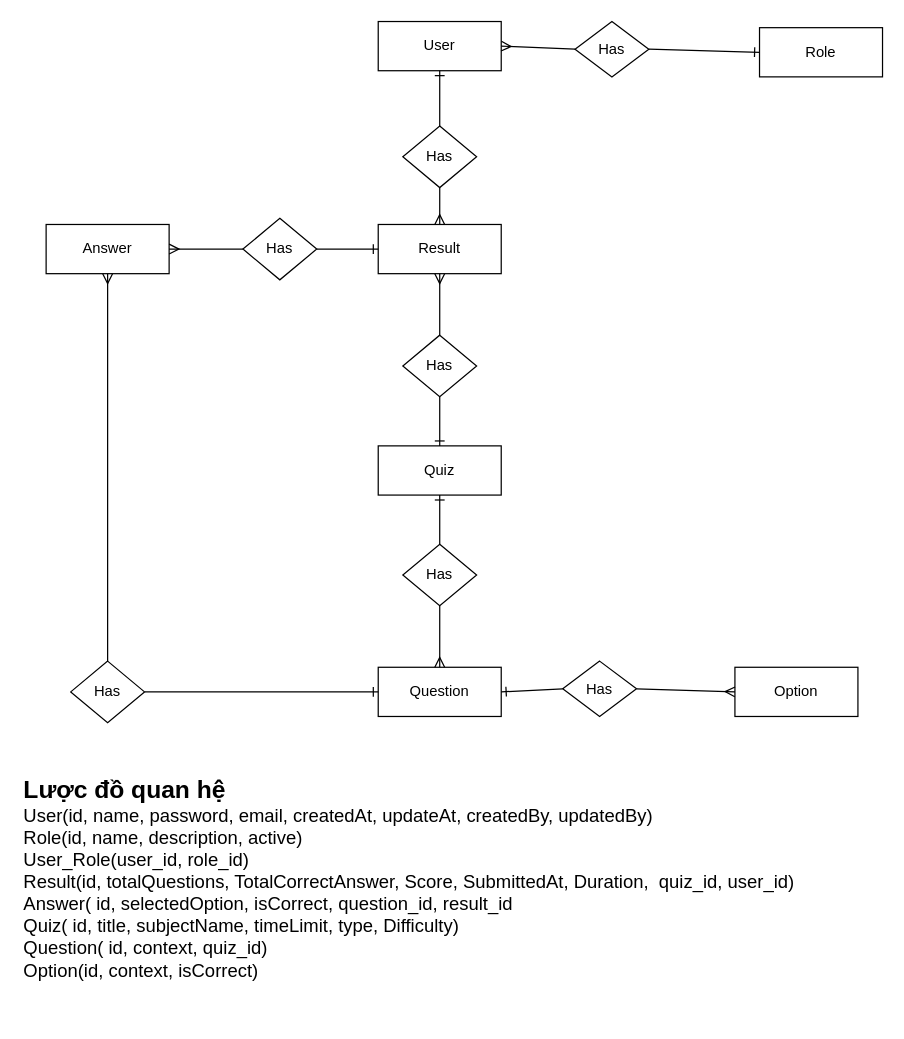
The draw.io diagram ERD-QuizProject.drawio in manhfangg01/QuizProject, before the edit. Source tidied: cells renumbered, new cells numbered last; positions are measured from the earlier drawing's top-left corner, leaving out a move shared by most shapes. Both pictures are drawn from the tidied source at 123%, with x=0, y=0 at pixel (21, 21).
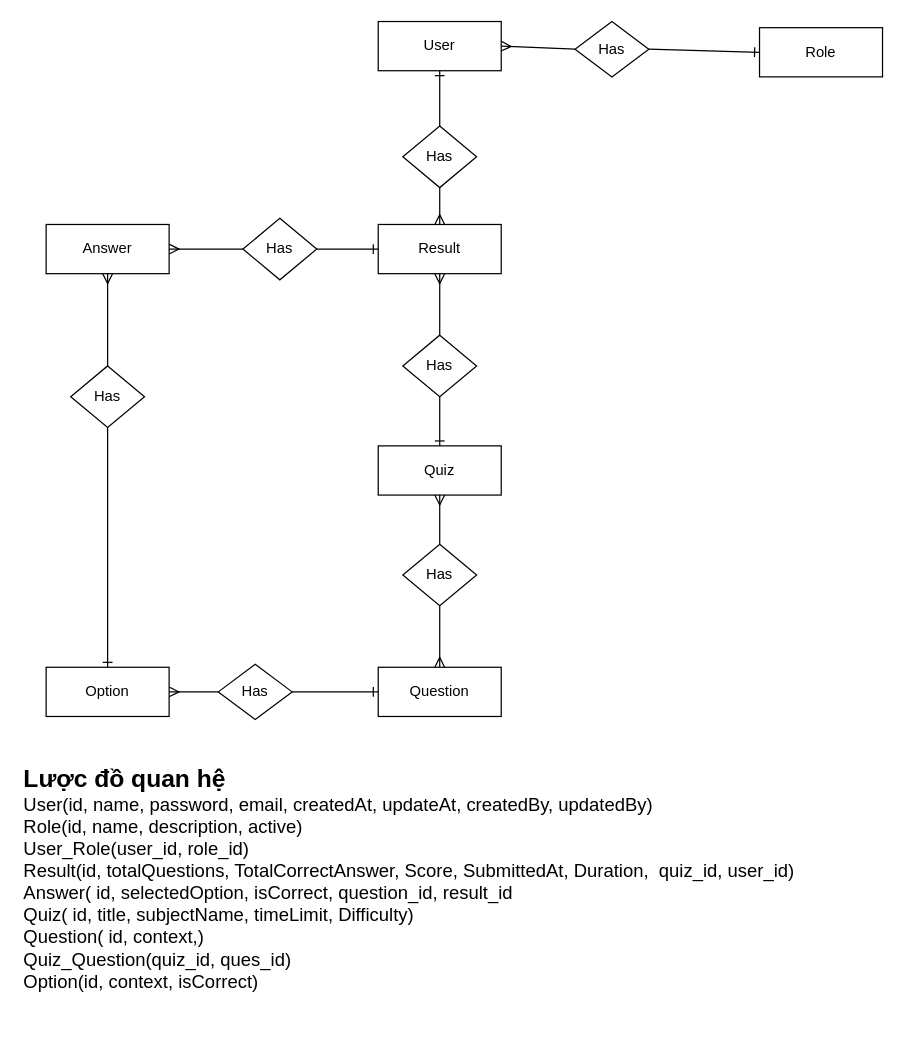
The same page after the edit.

The change refers to these unchanged cells:
```xml
<mxCell id="2" value="Question" style="whiteSpace=wrap;html=1;align=center;" parent="1" vertex="1">
  <mxGeometry x="290" y="525" width="100" height="40" as="geometry" />
</mxCell>
<mxCell id="3" value="Quiz" style="whiteSpace=wrap;html=1;align=center;" parent="1" vertex="1">
  <mxGeometry x="290" y="345" width="100" height="40" as="geometry" />
</mxCell>
<mxCell id="16" value="Has" style="shape=rhombus;perimeter=rhombusPerimeter;whiteSpace=wrap;html=1;align=center;" parent="1" vertex="1">
  <mxGeometry x="310" y="425" width="60" height="50" as="geometry" />
</mxCell>
```

What changed in the source:
```diff
@@
-    <mxCell id="15" style="endArrow=ERone;html=1;rounded=0;endFill=0;exitX=0.5;exitY=0;exitDx=0;exitDy=0;entryX=0.5;entryY=1;entryDx=0;entryDy=0;" parent="1" edge="1" source="16" target="3">
+    <mxCell id="15" style="endArrow=ERmany;html=1;rounded=0;endFill=0;exitX=0.5;exitY=0;exitDx=0;exitDy=0;entryX=0.5;entryY=1;entryDx=0;entryDy=0;" parent="1" edge="1" source="16" target="3">
       <mxGeometry relative="1" as="geometry" />
     </mxCell>
@@
-    <mxCell id="24" style="endArrow=ERone;html=1;rounded=0;endFill=0;exitX=1;exitY=0.5;exitDx=0;exitDy=0;entryX=0;entryY=0.5;entryDx=0;entryDy=0;" parent="1" edge="1" source="25" target="2">
+    <mxCell id="24" style="endArrow=ERone;html=1;rounded=0;endFill=0;exitX=0.5;exitY=1;exitDx=0;exitDy=0;entryX=0.5;entryY=0;entryDx=0;entryDy=0;" parent="1" edge="1" source="25" target="27">
       <mxGeometry relative="1" as="geometry" />
     </mxCell>
     <mxCell id="25" value="Has" style="shape=rhombus;perimeter=rhombusPerimeter;whiteSpace=wrap;html=1;align=center;" parent="1" vertex="1">
-      <mxGeometry x="40" y="520" width="60" height="50" as="geometry" />
+      <mxGeometry x="40" y="280" width="60" height="50" as="geometry" />
     </mxCell>
-    <mxCell id="26" value="&lt;font style=&quot;&quot;&gt;&lt;b style=&quot;&quot;&gt;&lt;font style=&quot;font-size: 20px;&quot;&gt;Lược đồ quan hệ&lt;/font&gt;&lt;/b&gt;&lt;br&gt;&lt;/font&gt;&lt;div&gt;&lt;font style=&quot;font-size: 15px;&quot;&gt;User(id, name, password, email, createdAt, updateAt, createdBy, updatedBy)&lt;/font&gt;&lt;/div&gt;&lt;div&gt;&lt;font style=&quot;font-size: 15px;&quot;&gt;Role(id, name, description, active)&lt;/font&gt;&lt;/div&gt;&lt;div&gt;&lt;font style=&quot;font-size: 15px;&quot;&gt;User_Role(user_id, role_id)&lt;/font&gt;&lt;/div&gt;&lt;div&gt;&lt;font style=&quot;font-size: 15px;&quot;&gt;Result(id, totalQuestions, TotalCorrectAnswer, Score, SubmittedAt, Duration,&amp;nbsp; quiz_id, user_id)&lt;/font&gt;&lt;/div&gt;&lt;div&gt;&lt;font style=&quot;font-size: 15px;&quot;&gt;Answer( id, selectedOption, isCorrect, question_id, result_id&lt;/font&gt;&lt;/div&gt;&lt;div&gt;&lt;font style=&quot;font-size: 15px;&quot;&gt;Quiz( id, title, subjectName, timeLimit, type, Difficulty)&lt;/font&gt;&lt;/div&gt;&lt;div&gt;&lt;font style=&quot;font-size: 15px;&quot;&gt;Question( id, context, quiz_id)&lt;/font&gt;&lt;/div&gt;&lt;div&gt;&lt;font style=&quot;font-size: 15px;&quot;&gt;Option(id, context, isCorrect)&lt;/font&gt;&lt;/div&gt;&lt;div&gt;&lt;font style=&quot;font-size: 14px;&quot;&gt;&lt;br&gt;&lt;/font&gt;&lt;/div&gt;" style="text;html=1;align=left;verticalAlign=middle;strokeColor=none;fillColor=none;spacingTop=-1;" parent="1" vertex="1">
-      <mxGeometry y="605" width="650" height="200" as="geometry" />
+    <mxCell id="26" value="&lt;font style=&quot;&quot;&gt;&lt;b style=&quot;&quot;&gt;&lt;font style=&quot;font-size: 20px;&quot;&gt;Lược đồ quan hệ&lt;/font&gt;&lt;/b&gt;&lt;br&gt;&lt;/font&gt;&lt;div&gt;&lt;font style=&quot;font-size: 15px;&quot;&gt;User(id, name, password, email, createdAt, updateAt, createdBy, updatedBy)&lt;/font&gt;&lt;/div&gt;&lt;div&gt;&lt;font style=&quot;font-size: 15px;&quot;&gt;Role(id, name, description, active)&lt;/font&gt;&lt;/div&gt;&lt;div&gt;&lt;font style=&quot;font-size: 15px;&quot;&gt;User_Role(user_id, role_id)&lt;/font&gt;&lt;/div&gt;&lt;div&gt;&lt;font style=&quot;font-size: 15px;&quot;&gt;Result(id, totalQuestions, TotalCorrectAnswer, Score, SubmittedAt, Duration,&amp;nbsp; quiz_id, user_id)&lt;/font&gt;&lt;/div&gt;&lt;div&gt;&lt;font style=&quot;font-size: 15px;&quot;&gt;Answer( id, selectedOption, isCorrect, question_id, result_id&lt;/font&gt;&lt;/div&gt;&lt;div&gt;&lt;font style=&quot;font-size: 15px;&quot;&gt;Quiz( id, title, subjectName, timeLimit, Difficulty)&lt;/font&gt;&lt;/div&gt;&lt;div&gt;&lt;font style=&quot;font-size: 15px;&quot;&gt;Question( id, context,)&lt;/font&gt;&lt;/div&gt;&lt;div&gt;&lt;font style=&quot;font-size: 15px;&quot;&gt;Quiz_Question(quiz_id, ques_id)&lt;/font&gt;&lt;/div&gt;&lt;div&gt;&lt;font style=&quot;font-size: 15px;&quot;&gt;Option(id, context, isCorrect)&lt;/font&gt;&lt;/div&gt;&lt;div&gt;&lt;font style=&quot;font-size: 14px;&quot;&gt;&lt;br&gt;&lt;/font&gt;&lt;/div&gt;" style="text;html=1;align=left;verticalAlign=middle;strokeColor=none;fillColor=none;spacingTop=-1;" parent="1" vertex="1">
+      <mxGeometry y="600" width="650" height="210" as="geometry" />
     </mxCell>
     <mxCell id="27" value="Option" style="whiteSpace=wrap;html=1;align=center;" parent="1" vertex="1">
-      <mxGeometry x="580" y="525" width="100" height="40" as="geometry" />
+      <mxGeometry x="20" y="525" width="100" height="40" as="geometry" />
     </mxCell>
-    <mxCell id="28" style="endArrow=ERmany;html=1;rounded=0;endFill=0;entryX=0;entryY=0.5;entryDx=0;entryDy=0;exitX=1;exitY=0.5;exitDx=0;exitDy=0;" parent="1" edge="1" source="29" target="27">
+    <mxCell id="28" style="endArrow=ERmany;html=1;rounded=0;endFill=0;entryX=1;entryY=0.5;entryDx=0;entryDy=0;exitX=0;exitY=0.5;exitDx=0;exitDy=0;" parent="1" edge="1" source="29" target="27">
       <mxGeometry relative="1" as="geometry" />
     </mxCell>
     <mxCell id="29" value="Has" style="shape=rhombus;perimeter=rhombusPerimeter;whiteSpace=wrap;html=1;align=center;" parent="1" vertex="1">
-      <mxGeometry x="440" y="520" width="60" height="45" as="geometry" />
+      <mxGeometry x="160" y="522.5" width="60" height="45" as="geometry" />
     </mxCell>
-    <mxCell id="30" style="endArrow=ERone;html=1;rounded=0;endFill=0;exitX=0;exitY=0.5;exitDx=0;exitDy=0;entryX=1;entryY=0.5;entryDx=0;entryDy=0;" parent="1" edge="1" source="29" target="2">
+    <mxCell id="30" style="endArrow=ERone;html=1;rounded=0;endFill=0;exitX=1;exitY=0.5;exitDx=0;exitDy=0;entryX=0;entryY=0.5;entryDx=0;entryDy=0;" parent="1" edge="1" source="29" target="2">
       <mxGeometry relative="1" as="geometry" />
     </mxCell>
```
